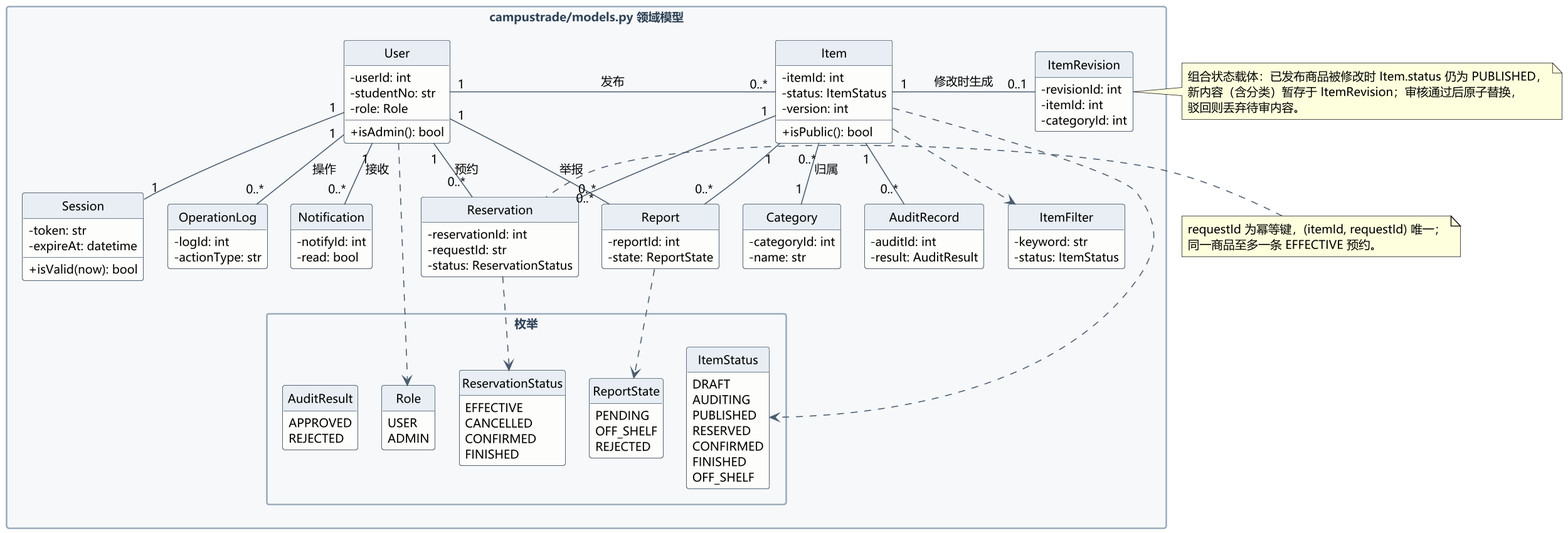
The PlantUML diagram 实验3_241220107_黄毅/UML/UML类图.png in APY-tech/Software-Engineering, before a commit. Source of this version:
```plantuml
@startuml UML类图

skinparam backgroundColor #FFFFFF
skinparam dpi 150
skinparam defaultFontName "Microsoft YaHei"
skinparam defaultFontSize 12
skinparam classAttributeIconSize 0
skinparam shadowing false
skinparam nodesep 24
skinparam ranksep 34
skinparam packageStyle rectangle
skinparam class {
  BackgroundColor #FDFDFB
  BorderColor #4A5C6E
  ArrowColor #4A5C6E
  HeaderBackgroundColor #E8EEF4
}
skinparam package {
  BackgroundColor #F6F8FA
  BorderColor #92A5B7
  FontColor #2F4256
  FontStyle bold
}
hide circle
hide empty members

package "campustrade/models.py 领域模型" as P1 {
  class User {
    -userId: int
    -studentNo: str
    -role: Role
    +isAdmin(): bool
  }
  class Session {
    -token: str
    -expireAt: datetime
    +isValid(now): bool
  }
  class Category {
    -categoryId: int
    -name: str
  }
  class Item {
    -itemId: int
    -status: ItemStatus
    -version: int
    +isPublic(): bool
  }
  class ItemRevision {
    -revisionId: int
    -itemId: int
    -categoryId: int
  }
  class Reservation {
    -reservationId: int
    -requestId: str
    -status: ReservationStatus
  }
  class AuditRecord {
    -auditId: int
    -result: AuditResult
  }
  class Report {
    -reportId: int
    -state: ReportState
  }
  class OperationLog {
    -logId: int
    -actionType: str
  }
  class Notification {
    -notifyId: int
    -read: bool
  }
  class ItemFilter {
    -keyword: str
    -status: ItemStatus
  }

  package "枚举" as E1 {
    enum ItemStatus {
      DRAFT
      AUDITING
      PUBLISHED
      RESERVED
      CONFIRMED
      FINISHED
      OFF_SHELF
    }
    enum ReservationStatus {
      EFFECTIVE
      CANCELLED
      CONFIRMED
      FINISHED
    }
    enum ReportState {
      PENDING
      OFF_SHELF
      REJECTED
    }
    enum Role {
      USER
      ADMIN
    }
    enum AuditResult {
      APPROVED
      REJECTED
    }
  }
}

User "1" -down- "1" Session
User "1" -right- "0..*" Item : 发布
User "1" -down- "0..*" Reservation : 预约
User "1" -down- "0..*" Report : 举报
User "1" -down- "0..*" OperationLog : 操作
User "1" -down- "0..*" Notification : 接收
Item "1" -right- "0..1" ItemRevision : 修改时生成
Item "0..*" -down- "1" Category : 归属
Item "1" -down- "0..*" AuditRecord
Item "1" -down- "0..*" Reservation
Item "1" -down- "0..*" Report
Item ..> ItemStatus
Item ..> ItemFilter
Reservation ..> ReservationStatus
Report ..> ReportState
User ..> Role

note right of ItemRevision
  组合状态载体：已发布商品被修改时 Item.status 仍为 PUBLISHED，
  新内容（含分类）暂存于 ItemRevision；审核通过后原子替换，
  驳回则丢弃待审内容。
end note

note left of Reservation
  requestId 为幂等键，(itemId, requestId) 唯一；
  同一商品至多一条 EFFECTIVE 预约。
end note

@enduml
```
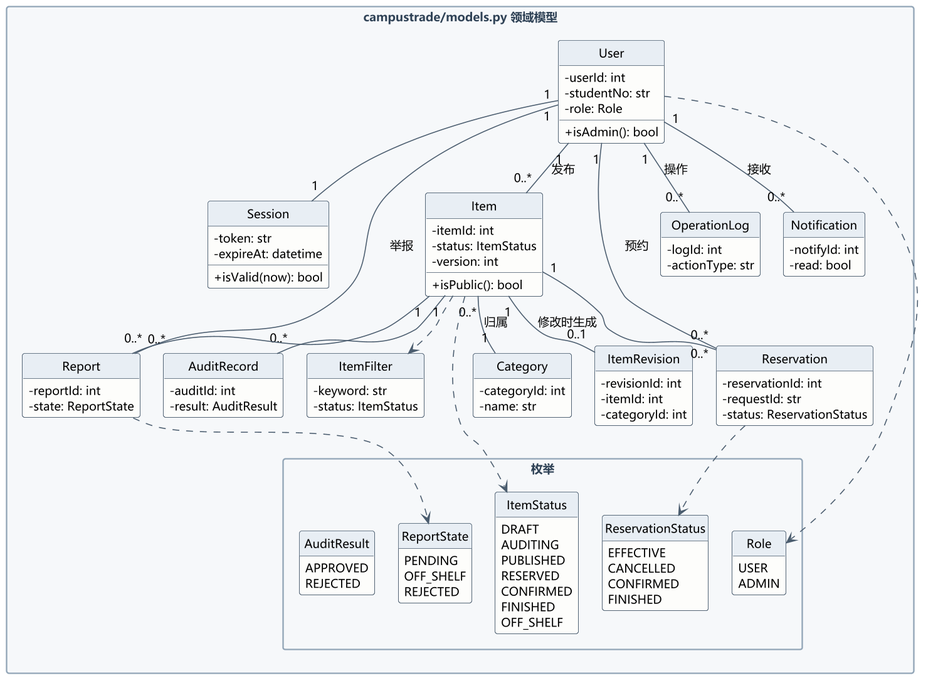
The same diagram one commit later.

Change to the diagram source:
```diff
@@ -1,4 +1,4 @@
-@startuml UML类图
+@startuml
 
 skinparam backgroundColor #FFFFFF
 skinparam dpi 150
@@ -110,12 +110,12 @@
 }
 
 User "1" -down- "1" Session
-User "1" -right- "0..*" Item : 发布
+User "1" -down- "0..*" Item : 发布
 User "1" -down- "0..*" Reservation : 预约
 User "1" -down- "0..*" Report : 举报
 User "1" -down- "0..*" OperationLog : 操作
 User "1" -down- "0..*" Notification : 接收
-Item "1" -right- "0..1" ItemRevision : 修改时生成
+Item "1" -down- "0..1" ItemRevision : 修改时生成
 Item "0..*" -down- "1" Category : 归属
 Item "1" -down- "0..*" AuditRecord
 Item "1" -down- "0..*" Reservation
@@ -126,15 +126,6 @@
 Report ..> ReportState
 User ..> Role
 
-note right of ItemRevision
-  组合状态载体：已发布商品被修改时 Item.status 仍为 PUBLISHED，
-  新内容（含分类）暂存于 ItemRevision；审核通过后原子替换，
-  驳回则丢弃待审内容。
-end note
 
-note left of Reservation
-  requestId 为幂等键，(itemId, requestId) 唯一；
-  同一商品至多一条 EFFECTIVE 预约。
-end note
 
 @enduml
```
